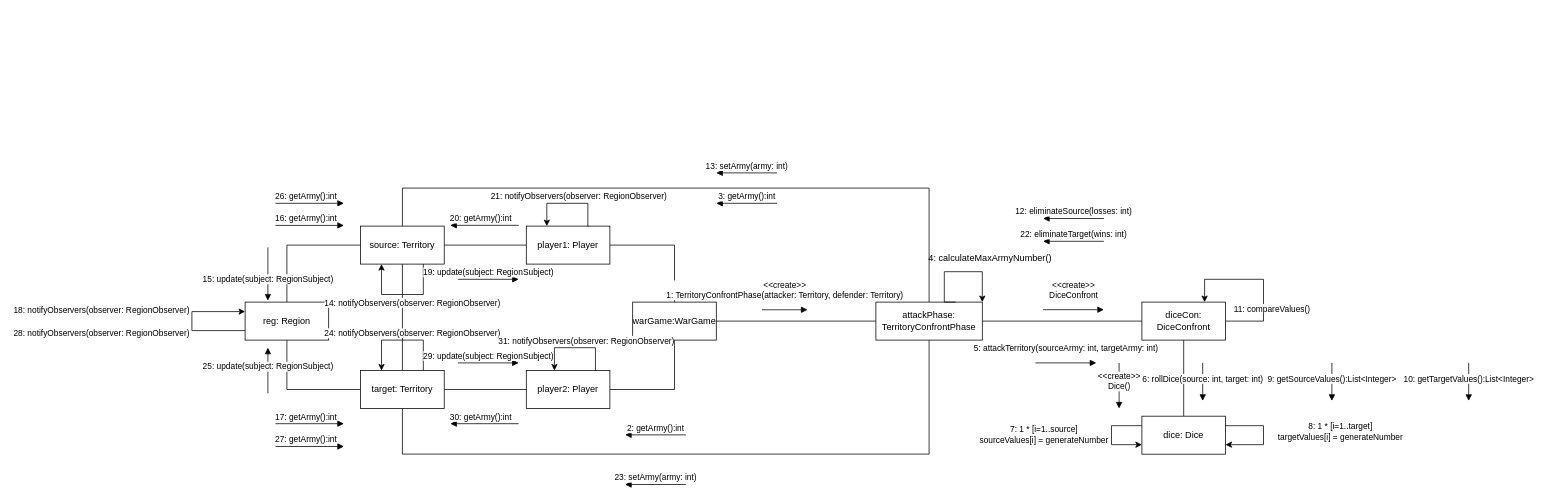
This is collaboration-diagram.drawio from Gil32610/operation-contract-territory-confront, a draw.io file, before an edit. Source tidied: cells renumbered, new cells numbered last; positions are measured from the earlier drawing's top-left corner, leaving out a move shared by most shapes. Both pictures are drawn from the tidied source at 76%, with x=0, y=0 at pixel (100, 173).
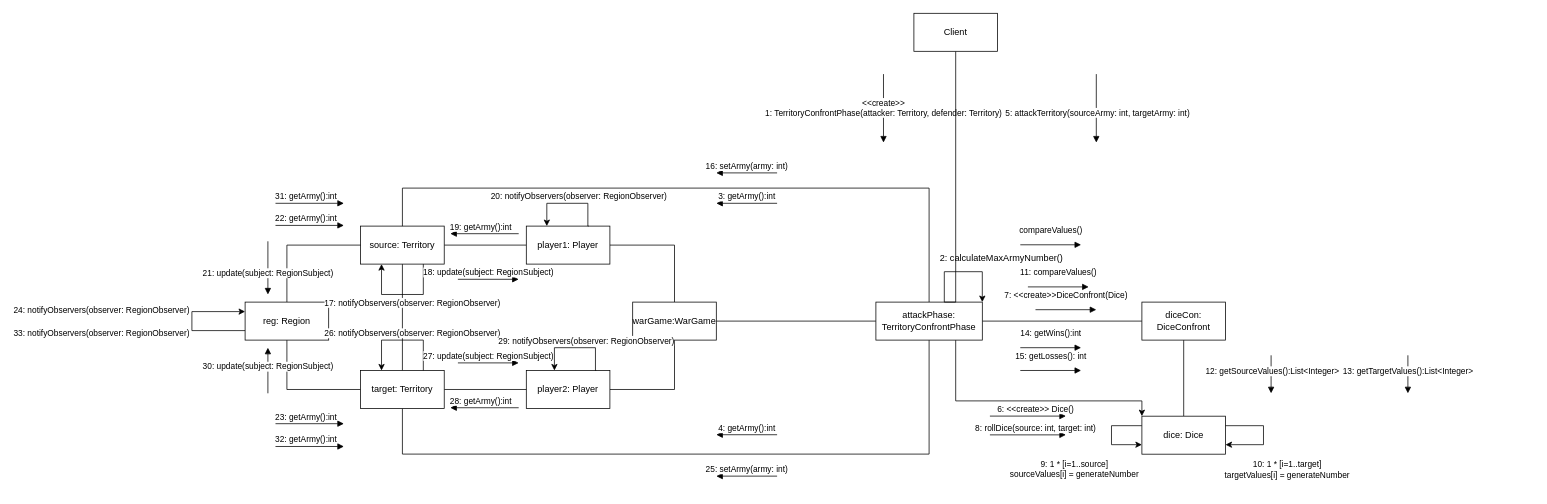
The same page after the edit.

Commit message:
collab diagram done

The change refers to these unchanged cells:
```xml
<mxCell id="19" value="&lt;blockquote&gt;attackPhase: TerritoryConfrontPhase&lt;/blockquote&gt;" style="html=1;whiteSpace=wrap;" parent="1" vertex="1">
  <mxGeometry x="1020" y="170" width="140" height="50" as="geometry" />
</mxCell>
<mxCell id="21" value="diceCon: DiceConfront" style="html=1;whiteSpace=wrap;" parent="1" vertex="1">
  <mxGeometry x="1370" y="170" width="110" height="50" as="geometry" />
</mxCell>
<mxCell id="22" style="edgeStyle=orthogonalEdgeStyle;rounded=0;orthogonalLoop=1;jettySize=auto;html=1;exitX=0;exitY=0.25;exitDx=0;exitDy=0;entryX=0;entryY=0.75;entryDx=0;entryDy=0;" parent="1" edge="1" source="24" target="24">
  <mxGeometry relative="1" as="geometry">
    <Array as="points">
      <mxPoint x="1330" y="333" />
      <mxPoint x="1330" y="357" />
    </Array>
  </mxGeometry>
</mxCell>
<mxCell id="24" value="dice: Dice" style="html=1;whiteSpace=wrap;" parent="1" vertex="1">
  <mxGeometry x="1370" y="320.1" width="110" height="50" as="geometry" />
</mxCell>
<mxCell id="41" style="edgeStyle=orthogonalEdgeStyle;rounded=0;orthogonalLoop=1;jettySize=auto;html=1;exitX=0.75;exitY=0;exitDx=0;exitDy=0;entryX=0.25;entryY=0;entryDx=0;entryDy=0;" parent="1" edge="1" source="14" target="14">
  <mxGeometry relative="1" as="geometry">
    <Array as="points">
      <mxPoint x="424" y="220" />
      <mxPoint x="370" y="220" />
    </Array>
  </mxGeometry>
</mxCell>
<mxCell id="45" style="edgeStyle=orthogonalEdgeStyle;rounded=0;orthogonalLoop=1;jettySize=auto;html=1;exitX=0.75;exitY=1;exitDx=0;exitDy=0;entryX=0.25;entryY=1;entryDx=0;entryDy=0;" parent="1" edge="1" source="11" target="11">
  <mxGeometry relative="1" as="geometry">
    <Array as="points">
      <mxPoint x="424" y="160" />
      <mxPoint x="370" y="160" />
    </Array>
  </mxGeometry>
</mxCell>
<mxCell id="51" style="edgeStyle=orthogonalEdgeStyle;rounded=0;orthogonalLoop=1;jettySize=auto;html=1;exitX=0;exitY=0.75;exitDx=0;exitDy=0;entryX=0;entryY=0.25;entryDx=0;entryDy=0;" parent="1" edge="1" source="16" target="16">
  <mxGeometry relative="1" as="geometry">
    <Array as="points">
      <mxPoint x="120" y="207" />
      <mxPoint x="120" y="183" />
    </Array>
  </mxGeometry>
</mxCell>
<mxCell id="55" style="edgeStyle=orthogonalEdgeStyle;rounded=0;orthogonalLoop=1;jettySize=auto;html=1;exitX=0.75;exitY=0;exitDx=0;exitDy=0;entryX=0.25;entryY=0;entryDx=0;entryDy=0;" parent="1" edge="1">
  <mxGeometry relative="1" as="geometry">
    <mxPoint x="652" y="260" as="sourcePoint" />
    <mxPoint x="597" y="260" as="targetPoint" />
    <Array as="points">
      <mxPoint x="651" y="230" />
      <mxPoint x="597" y="230" />
    </Array>
  </mxGeometry>
</mxCell>
<mxCell id="57" style="edgeStyle=orthogonalEdgeStyle;rounded=0;orthogonalLoop=1;jettySize=auto;html=1;exitX=0.75;exitY=0;exitDx=0;exitDy=0;entryX=0.25;entryY=0;entryDx=0;entryDy=0;" parent="1" edge="1">
  <mxGeometry relative="1" as="geometry">
    <mxPoint x="642" y="70" as="sourcePoint" />
    <mxPoint x="587" y="70" as="targetPoint" />
    <Array as="points">
      <mxPoint x="641" y="40" />
      <mxPoint x="587" y="40" />
    </Array>
  </mxGeometry>
</mxCell>
```

The edit, as a diff of the source:
```diff
@@
+    <mxCell id="65" style="edgeStyle=orthogonalEdgeStyle;rounded=0;jettySize=auto;html=1;entryX=0;entryY=0;entryDx=0;entryDy=0;exitX=0.75;exitY=1;exitDx=0;exitDy=0;" parent="1" edge="1" source="19" target="24">
+      <mxGeometry relative="1" as="geometry">
+        <Array as="points">
+          <mxPoint x="1125" y="300" />
+          <mxPoint x="1370" y="300" />
+        </Array>
+      </mxGeometry>
+    </mxCell>
@@
-    <mxCell id="23" value="7: 1 * [i=1..source]&lt;br&gt;&lt;div&gt;sourceValues[i] = generateNumber&lt;/div&gt;" style="edgeLabel;html=1;align=center;verticalAlign=middle;" parent="22" vertex="1">
+    <mxCell id="23" value="9: 1 * [i=1..source]&lt;br&gt;&lt;div&gt;sourceValues[i] = generateNumber&lt;/div&gt;" style="edgeLabel;html=1;align=center;verticalAlign=middle;" parent="22" vertex="1">
       <mxGeometry x="-0.02" relative="1" as="geometry">
-        <mxPoint x="-90" y="1" as="offset" />
+        <mxPoint x="-50" y="46" as="offset" />
       </mxGeometry>
     </mxCell>
@@
     <mxCell id="25" value="&lt;div&gt;&amp;lt;&amp;lt;create&amp;gt;&amp;gt;&lt;/div&gt;&lt;div&gt;1: TerritoryConfrontPhase(attacker: Territory, defender: Territory)&lt;br&gt;&lt;/div&gt;" style="html=1;verticalAlign=bottom;endArrow=block;curved=0;rounded=0;" parent="1" edge="1">
-      <mxGeometry y="10" relative="1" as="geometry">
-        <mxPoint x="870" y="180.1" as="sourcePoint" />
-        <mxPoint x="930" y="180.1" as="targetPoint" />
+      <mxGeometry x="0.33" relative="1" as="geometry">
+        <mxPoint x="1030" y="-130" as="sourcePoint" />
+        <mxPoint x="1030" y="-39.9" as="targetPoint" />
       </mxGeometry>
     </mxCell>
@@
-    <mxCell id="27" value="4: calculateMaxArmyNumber()" style="text;html=1;align=center;verticalAlign=middle;strokeColor=none;fillColor=none;" parent="1" vertex="1">
-      <mxGeometry x="1075" y="98" width="190" height="30" as="geometry" />
+    <mxCell id="27" value="2: calculateMaxArmyNumber()" style="text;html=1;align=center;verticalAlign=middle;strokeColor=none;fillColor=none;" parent="1" vertex="1">
+      <mxGeometry x="1090" y="98" width="190" height="30" as="geometry" />
     </mxCell>
-    <mxCell id="28" value="&lt;div&gt;&amp;lt;&amp;lt;create&amp;gt;&amp;gt;&lt;/div&gt;&lt;div&gt;DiceConfront&lt;br&gt;&lt;/div&gt;" style="html=1;verticalAlign=bottom;endArrow=block;curved=0;rounded=0;" parent="1" edge="1">
+    <mxCell id="28" value="7: &amp;lt;&amp;lt;create&amp;gt;&amp;gt;DiceConfront(Dice)" style="html=1;verticalAlign=bottom;endArrow=block;curved=0;rounded=0;" parent="1" edge="1">
       <mxGeometry y="10" relative="1" as="geometry">
-        <mxPoint x="1240" y="180" as="sourcePoint" />
-        <mxPoint x="1320" y="180" as="targetPoint" />
+        <mxPoint x="1230" y="180" as="sourcePoint" />
+        <mxPoint x="1310" y="180" as="targetPoint" />
       </mxGeometry>
     </mxCell>
-    <mxCell id="29" value="5: attackTerritory(sourceArmy: int, targetArmy: int)" style="html=1;verticalAlign=bottom;endArrow=block;curved=0;rounded=0;" parent="1" edge="1">
-      <mxGeometry y="10" relative="1" as="geometry">
-        <mxPoint x="1230" y="250" as="sourcePoint" />
-        <mxPoint x="1310" y="250" as="targetPoint" />
-      </mxGeometry>
-    </mxCell>
-    <mxCell id="30" value="6: rollDice(source: int, target: int)" style="html=1;verticalAlign=bottom;endArrow=block;curved=0;rounded=0;" parent="1" edge="1">
+    <mxCell id="30" value="8: rollDice(source: int, target: int)" style="html=1;verticalAlign=bottom;endArrow=block;curved=0;rounded=0;" parent="1" edge="1">
       <mxGeometry x="0.2" relative="1" as="geometry">
-        <mxPoint x="1450" y="250" as="sourcePoint" />
-        <mxPoint x="1450" y="300" as="targetPoint" />
+        <mxPoint x="1170" y="344.7" as="sourcePoint" />
+        <mxPoint x="1270" y="344.7" as="targetPoint" />
       </mxGeometry>
     </mxCell>
-    <mxCell id="31" style="edgeStyle=orthogonalEdgeStyle;rounded=0;orthogonalLoop=1;jettySize=auto;html=1;entryX=0.75;entryY=0;entryDx=0;entryDy=0;exitX=1;exitY=0.5;exitDx=0;exitDy=0;" parent="1" edge="1" source="21" target="21">
-      <mxGeometry relative="1" as="geometry">
-        <Array as="points">
-          <mxPoint x="1530" y="195" />
-          <mxPoint x="1530" y="140" />
-          <mxPoint x="1453" y="140" />
-        </Array>
-      </mxGeometry>
-    </mxCell>
-    <mxCell id="32" value="11: compareValues()" style="edgeLabel;html=1;align=center;verticalAlign=middle;" parent="31" vertex="1">
-      <mxGeometry x="-0.37" relative="1" as="geometry">
-        <mxPoint x="10" as="offset" />
-      </mxGeometry>
-    </mxCell>
-    <mxCell id="33" value="22: eliminateTarget(wins: int)" style="html=1;verticalAlign=bottom;endArrow=none;curved=0;rounded=0;startArrow=block;startFill=1;endFill=0;" parent="1" edge="1">
-      <mxGeometry relative="1" as="geometry">
-        <mxPoint x="1240" y="90" as="sourcePoint" />
-        <mxPoint x="1320" y="90" as="targetPoint" />
-      </mxGeometry>
-    </mxCell>
-    <mxCell id="34" value="12: eliminateSource(losses: int)" style="html=1;verticalAlign=bottom;endArrow=none;curved=0;rounded=0;startArrow=block;startFill=1;endFill=0;" parent="1" edge="1">
-      <mxGeometry relative="1" as="geometry">
-        <mxPoint x="1240" y="60" as="sourcePoint" />
-        <mxPoint x="1320" y="60" as="targetPoint" />
-      </mxGeometry>
-    </mxCell>
@@
-    <mxCell id="36" value="8: 1 * [i=1..target]&lt;br&gt;&lt;div&gt;targetValues[i] = generateNumber&lt;/div&gt;" style="edgeLabel;html=1;align=center;verticalAlign=middle;" parent="1" vertex="1">
-      <mxGeometry x="1630" y="340" as="geometry" />
+    <mxCell id="36" value="10: 1 * [i=1..target]&lt;br&gt;&lt;div&gt;targetValues[i] = generateNumber&lt;/div&gt;" style="edgeLabel;html=1;align=center;verticalAlign=middle;" parent="1" vertex="1">
+      <mxGeometry x="1560" y="390" as="geometry" />
     </mxCell>
-    <mxCell id="37" value="9: getSourceValues():List&amp;lt;Integer&amp;gt;" style="html=1;verticalAlign=bottom;endArrow=block;curved=0;rounded=0;" parent="1" edge="1">
+    <mxCell id="37" value="&amp;nbsp;12: getSourceValues():List&amp;lt;Integer&amp;gt;" style="html=1;verticalAlign=bottom;endArrow=block;curved=0;rounded=0;" parent="1" edge="1">
       <mxGeometry x="0.2" relative="1" as="geometry">
-        <mxPoint x="1620" y="250" as="sourcePoint" />
-        <mxPoint x="1620" y="300" as="targetPoint" />
+        <mxPoint x="1540" y="240" as="sourcePoint" />
+        <mxPoint x="1540" y="290" as="targetPoint" />
       </mxGeometry>
     </mxCell>
-    <mxCell id="38" value="10: getTargetValues():List&amp;lt;Integer&amp;gt;" style="html=1;verticalAlign=bottom;endArrow=block;curved=0;rounded=0;" parent="1" edge="1">
+    <mxCell id="38" value="13: getTargetValues():List&amp;lt;Integer&amp;gt;" style="html=1;verticalAlign=bottom;endArrow=block;curved=0;rounded=0;" parent="1" edge="1">
       <mxGeometry x="0.2" relative="1" as="geometry">
-        <mxPoint x="1800" y="250" as="sourcePoint" />
-        <mxPoint x="1800" y="300" as="targetPoint" />
+        <mxPoint x="1720" y="240" as="sourcePoint" />
+        <mxPoint x="1720" y="290" as="targetPoint" />
       </mxGeometry>
     </mxCell>
-    <mxCell id="39" value="13: setArmy(army: int)" style="html=1;verticalAlign=bottom;endArrow=none;curved=0;rounded=0;startArrow=block;startFill=1;endFill=0;" parent="1" edge="1">
+    <mxCell id="39" value="16: setArmy(army: int)" style="html=1;verticalAlign=bottom;endArrow=none;curved=0;rounded=0;startArrow=block;startFill=1;endFill=0;" parent="1" edge="1">
       <mxGeometry relative="1" as="geometry">
         <mxPoint x="810" as="sourcePoint" />
         <mxPoint x="890" as="targetPoint" />
       </mxGeometry>
     </mxCell>
-    <mxCell id="40" value="23: setArmy(army: int)" style="html=1;verticalAlign=bottom;endArrow=none;curved=0;rounded=0;startArrow=block;startFill=1;endFill=0;" parent="1" edge="1">
+    <mxCell id="40" value="25: setArmy(army: int)" style="html=1;verticalAlign=bottom;endArrow=none;curved=0;rounded=0;startArrow=block;startFill=1;endFill=0;" parent="1" edge="1">
       <mxGeometry relative="1" as="geometry">
-        <mxPoint x="690" y="410" as="sourcePoint" />
-        <mxPoint x="770" y="410" as="targetPoint" />
+        <mxPoint x="810" y="399" as="sourcePoint" />
+        <mxPoint x="890" y="399" as="targetPoint" />
       </mxGeometry>
     </mxCell>
@@
-    <mxCell id="42" value="24: notifyObservers(observer: RegionObserver)" style="edgeLabel;html=1;align=center;verticalAlign=middle;" parent="41" vertex="1">
+    <mxCell id="42" value="26: notifyObservers(observer: RegionObserver)" style="edgeLabel;html=1;align=center;verticalAlign=middle;" parent="41" vertex="1">
       <mxGeometry x="0.1" y="-1" relative="1" as="geometry">
         <mxPoint x="19" y="-9" as="offset" />
       </mxGeometry>
     </mxCell>
-    <mxCell id="43" value="29: update(subject: RegionSubject)" style="html=1;verticalAlign=bottom;endArrow=block;curved=0;rounded=0;" parent="1" edge="1">
+    <mxCell id="43" value="27: update(subject: RegionSubject)" style="html=1;verticalAlign=bottom;endArrow=block;curved=0;rounded=0;" parent="1" edge="1">
       <mxGeometry relative="1" as="geometry">
         <mxPoint x="470" y="250" as="sourcePoint" />
         <mxPoint x="550" y="250" as="targetPoint" />
       </mxGeometry>
     </mxCell>
-    <mxCell id="44" value="25: update(subject: RegionSubject)" style="html=1;verticalAlign=bottom;endArrow=block;curved=0;rounded=0;" parent="1" edge="1">
+    <mxCell id="44" value="30: update(subject: RegionSubject)" style="html=1;verticalAlign=bottom;endArrow=block;curved=0;rounded=0;" parent="1" edge="1">
       <mxGeometry x="-0.14" relative="1" as="geometry">
         <mxPoint x="220" y="290" as="sourcePoint" />
         <mxPoint x="220" y="230" as="targetPoint" />
       </mxGeometry>
     </mxCell>
@@
-    <mxCell id="46" value="14: notifyObservers(observer: RegionObserver)" style="edgeLabel;html=1;align=center;verticalAlign=middle;" parent="45" vertex="1">
+    <mxCell id="46" value="17: notifyObservers(observer: RegionObserver)" style="edgeLabel;html=1;align=center;verticalAlign=middle;" parent="45" vertex="1">
       <mxGeometry x="0.1" y="-1" relative="1" as="geometry">
         <mxPoint x="19" y="11" as="offset" />
       </mxGeometry>
     </mxCell>
-    <mxCell id="47" value="15: update(subject: RegionSubject)" style="html=1;verticalAlign=bottom;endArrow=block;curved=0;rounded=0;" parent="1" edge="1">
+    <mxCell id="47" value="21: update(subject: RegionSubject)" style="html=1;verticalAlign=bottom;endArrow=block;curved=0;rounded=0;" parent="1" edge="1">
       <mxGeometry x="0.47" relative="1" as="geometry">
-        <mxPoint x="220" y="98" as="sourcePoint" />
-        <mxPoint x="220" y="168" as="targetPoint" />
+        <mxPoint x="220" y="90" as="sourcePoint" />
+        <mxPoint x="220" y="160" as="targetPoint" />
       </mxGeometry>
     </mxCell>
-    <mxCell id="48" value="19: update(subject: RegionSubject)" style="html=1;verticalAlign=bottom;endArrow=block;curved=0;rounded=0;" parent="1" edge="1">
+    <mxCell id="48" value="18: update(subject: RegionSubject)" style="html=1;verticalAlign=bottom;endArrow=block;curved=0;rounded=0;" parent="1" edge="1">
       <mxGeometry relative="1" as="geometry">
         <mxPoint x="470" y="140" as="sourcePoint" />
         <mxPoint x="550" y="140" as="targetPoint" />
       </mxGeometry>
     </mxCell>
@@
-    <mxCell id="50" value="2: getArmy():int" style="html=1;verticalAlign=bottom;endArrow=none;curved=0;rounded=0;startArrow=block;startFill=1;endFill=0;" parent="1" edge="1">
+    <mxCell id="50" value="4: getArmy():int" style="html=1;verticalAlign=bottom;endArrow=none;curved=0;rounded=0;startArrow=block;startFill=1;endFill=0;" parent="1" edge="1">
       <mxGeometry relative="1" as="geometry">
-        <mxPoint x="690" y="344.7" as="sourcePoint" />
-        <mxPoint x="770" y="344.7" as="targetPoint" />
+        <mxPoint x="810" y="344.5" as="sourcePoint" />
+        <mxPoint x="890" y="344.5" as="targetPoint" />
       </mxGeometry>
     </mxCell>
@@
-    <mxCell id="52" value="18: notifyObservers(observer: RegionObserver)" style="edgeLabel;html=1;align=center;verticalAlign=middle;" parent="51" vertex="1">
+    <mxCell id="52" value="24: notifyObservers(observer: RegionObserver)" style="edgeLabel;html=1;align=center;verticalAlign=middle;" parent="51" vertex="1">
       <mxGeometry x="-0.02" y="1" relative="1" as="geometry">
         <mxPoint x="-119" y="-16" as="offset" />
       </mxGeometry>
     </mxCell>
-    <mxCell id="53" value="17: getArmy():int" style="html=1;verticalAlign=bottom;endArrow=none;curved=0;rounded=0;startArrow=block;startFill=1;endFill=0;" parent="1" edge="1">
+    <mxCell id="53" value="23: getArmy():int" style="html=1;verticalAlign=bottom;endArrow=none;curved=0;rounded=0;startArrow=block;startFill=1;endFill=0;" parent="1" edge="1">
       <mxGeometry x="0.11" relative="1" as="geometry">
         <mxPoint x="320" y="330" as="sourcePoint" />
         <mxPoint x="230" y="330" as="targetPoint" />
       </mxGeometry>
     </mxCell>
-    <mxCell id="54" value="16: getArmy():int" style="html=1;verticalAlign=bottom;endArrow=none;curved=0;rounded=0;startArrow=block;startFill=1;endFill=0;" parent="1" edge="1">
+    <mxCell id="54" value="22: getArmy():int" style="html=1;verticalAlign=bottom;endArrow=none;curved=0;rounded=0;startArrow=block;startFill=1;endFill=0;" parent="1" edge="1">
       <mxGeometry x="0.11" relative="1" as="geometry">
         <mxPoint x="320" y="69.1" as="sourcePoint" />
         <mxPoint x="230" y="69.1" as="targetPoint" />
       </mxGeometry>
     </mxCell>
@@
-    <mxCell id="56" value="31: notifyObservers(observer: RegionObserver)" style="edgeLabel;html=1;align=center;verticalAlign=middle;" parent="55" vertex="1">
+    <mxCell id="56" value="29: notifyObservers(observer: RegionObserver)" style="edgeLabel;html=1;align=center;verticalAlign=middle;" parent="55" vertex="1">
       <mxGeometry x="0.1" y="-1" relative="1" as="geometry">
         <mxPoint x="19" y="-9" as="offset" />
       </mxGeometry>
     </mxCell>
@@
-    <mxCell id="58" value="21: notifyObservers(observer: RegionObserver)" style="edgeLabel;html=1;align=center;verticalAlign=middle;" parent="57" vertex="1">
+    <mxCell id="58" value="20: notifyObservers(observer: RegionObserver)" style="edgeLabel;html=1;align=center;verticalAlign=middle;" parent="57" vertex="1">
       <mxGeometry x="0.1" y="-1" relative="1" as="geometry">
         <mxPoint x="19" y="-9" as="offset" />
       </mxGeometry>
     </mxCell>
-    <mxCell id="59" value="30: getArmy():int" style="html=1;verticalAlign=bottom;endArrow=block;curved=0;rounded=0;startArrow=none;startFill=0;endFill=1;" parent="1" edge="1">
+    <mxCell id="59" value="28: getArmy():int" style="html=1;verticalAlign=bottom;endArrow=block;curved=0;rounded=0;startArrow=none;startFill=0;endFill=1;" parent="1" edge="1">
       <mxGeometry x="0.11" relative="1" as="geometry">
-        <mxPoint x="550" y="330" as="sourcePoint" />
-        <mxPoint x="460" y="330" as="targetPoint" />
+        <mxPoint x="550" y="309" as="sourcePoint" />
+        <mxPoint x="460" y="309" as="targetPoint" />
       </mxGeometry>
     </mxCell>
-    <mxCell id="60" value="20: getArmy():int" style="html=1;verticalAlign=bottom;endArrow=block;curved=0;rounded=0;startArrow=none;startFill=0;endFill=1;" parent="1" edge="1">
+    <mxCell id="60" value="19: getArmy():int" style="html=1;verticalAlign=bottom;endArrow=block;curved=0;rounded=0;startArrow=none;startFill=0;endFill=1;" parent="1" edge="1">
       <mxGeometry x="0.11" relative="1" as="geometry">
-        <mxPoint x="550" y="69" as="sourcePoint" />
-        <mxPoint x="460" y="69" as="targetPoint" />
+        <mxPoint x="550" y="80" as="sourcePoint" />
+        <mxPoint x="460" y="80" as="targetPoint" />
       </mxGeometry>
     </mxCell>
-    <mxCell id="61" value="28: notifyObservers(observer: RegionObserver)" style="edgeLabel;html=1;align=center;verticalAlign=middle;" parent="1" vertex="1">
+    <mxCell id="61" value="33: notifyObservers(observer: RegionObserver)" style="edgeLabel;html=1;align=center;verticalAlign=middle;" parent="1" vertex="1">
       <mxGeometry y="210" as="geometry" />
     </mxCell>
-    <mxCell id="62" value="27: getArmy():int" style="html=1;verticalAlign=bottom;endArrow=none;curved=0;rounded=0;startArrow=block;startFill=1;endFill=0;" parent="1" edge="1">
+    <mxCell id="62" value="32: getArmy():int" style="html=1;verticalAlign=bottom;endArrow=none;curved=0;rounded=0;startArrow=block;startFill=1;endFill=0;" parent="1" edge="1">
       <mxGeometry x="0.11" relative="1" as="geometry">
         <mxPoint x="320" y="360" as="sourcePoint" />
         <mxPoint x="230" y="360" as="targetPoint" />
       </mxGeometry>
     </mxCell>
-    <mxCell id="63" value="26: getArmy():int" style="html=1;verticalAlign=bottom;endArrow=none;curved=0;rounded=0;startArrow=block;startFill=1;endFill=0;" parent="1" edge="1">
+    <mxCell id="63" value="31: getArmy():int" style="html=1;verticalAlign=bottom;endArrow=none;curved=0;rounded=0;startArrow=block;startFill=1;endFill=0;" parent="1" edge="1">
       <mxGeometry x="0.11" relative="1" as="geometry">
         <mxPoint x="320" y="40" as="sourcePoint" />
         <mxPoint x="230" y="40" as="targetPoint" />
       </mxGeometry>
     </mxCell>
-    <mxCell id="64" value="&lt;div&gt;&amp;lt;&amp;lt;create&amp;gt;&amp;gt;&lt;/div&gt;&lt;div&gt;Dice()&lt;br&gt;&lt;/div&gt;" style="html=1;verticalAlign=bottom;endArrow=block;curved=0;rounded=0;" parent="1" edge="1">
-      <mxGeometry x="0.33" relative="1" as="geometry">
-        <mxPoint x="1340" y="250" as="sourcePoint" />
-        <mxPoint x="1340" y="310" as="targetPoint" />
-      </mxGeometry>
-    </mxCell>
+    <mxCell id="66" value="14: getWins():int" style="html=1;verticalAlign=bottom;endArrow=block;curved=0;rounded=0;" parent="1" edge="1">
+      <mxGeometry y="10" relative="1" as="geometry">
+        <mxPoint x="1210" y="230" as="sourcePoint" />
+        <mxPoint x="1290" y="230" as="targetPoint" />
+      </mxGeometry>
+    </mxCell>
+    <mxCell id="67" value="15: getLosses(): int" style="html=1;verticalAlign=bottom;endArrow=block;curved=0;rounded=0;" parent="1" edge="1">
+      <mxGeometry y="10" relative="1" as="geometry">
+        <mxPoint x="1210" y="260" as="sourcePoint" />
+        <mxPoint x="1290" y="260" as="targetPoint" />
+      </mxGeometry>
+    </mxCell>
+    <mxCell id="68" value="compareValues()" style="html=1;verticalAlign=bottom;endArrow=block;curved=0;rounded=0;" parent="1" edge="1">
+      <mxGeometry y="10" relative="1" as="geometry">
+        <mxPoint x="1210" y="94.6" as="sourcePoint" />
+        <mxPoint x="1290" y="94.6" as="targetPoint" />
+      </mxGeometry>
+    </mxCell>
+    <mxCell id="69" value="6: &amp;lt;&amp;lt;create&amp;gt;&amp;gt; Dice()" style="html=1;verticalAlign=bottom;endArrow=block;curved=0;rounded=0;" parent="1" edge="1">
+      <mxGeometry x="0.2" relative="1" as="geometry">
+        <mxPoint x="1170" y="320" as="sourcePoint" />
+        <mxPoint x="1270" y="320" as="targetPoint" />
+      </mxGeometry>
+    </mxCell>
+    <mxCell id="70" style="edgeStyle=orthogonalEdgeStyle;rounded=0;jettySize=auto;html=1;entryX=0.75;entryY=0;entryDx=0;entryDy=0;endArrow=none;endFill=0;" parent="1" edge="1" source="71" target="19">
+      <mxGeometry relative="1" as="geometry" />
+    </mxCell>
+    <mxCell id="71" value="Client" style="html=1;whiteSpace=wrap;" parent="1" vertex="1">
+      <mxGeometry x="1070" y="-210" width="110" height="50" as="geometry" />
+    </mxCell>
+    <mxCell id="29" value="&amp;nbsp;5: attackTerritory(sourceArmy: int, targetArmy: int)" style="html=1;verticalAlign=bottom;endArrow=block;curved=0;rounded=0;" parent="1" edge="1">
+      <mxGeometry x="0.33" relative="1" as="geometry">
+        <mxPoint x="1310" y="-130" as="sourcePoint" />
+        <mxPoint x="1310" y="-39.9" as="targetPoint" />
+      </mxGeometry>
+    </mxCell>
+    <mxCell id="32" value="11: compareValues()" style="html=1;verticalAlign=bottom;endArrow=block;curved=0;rounded=0;" parent="1" edge="1">
+      <mxGeometry y="10" relative="1" as="geometry">
+        <mxPoint x="1220" y="150" as="sourcePoint" />
+        <mxPoint x="1300" y="150" as="targetPoint" />
+      </mxGeometry>
+    </mxCell>
```
